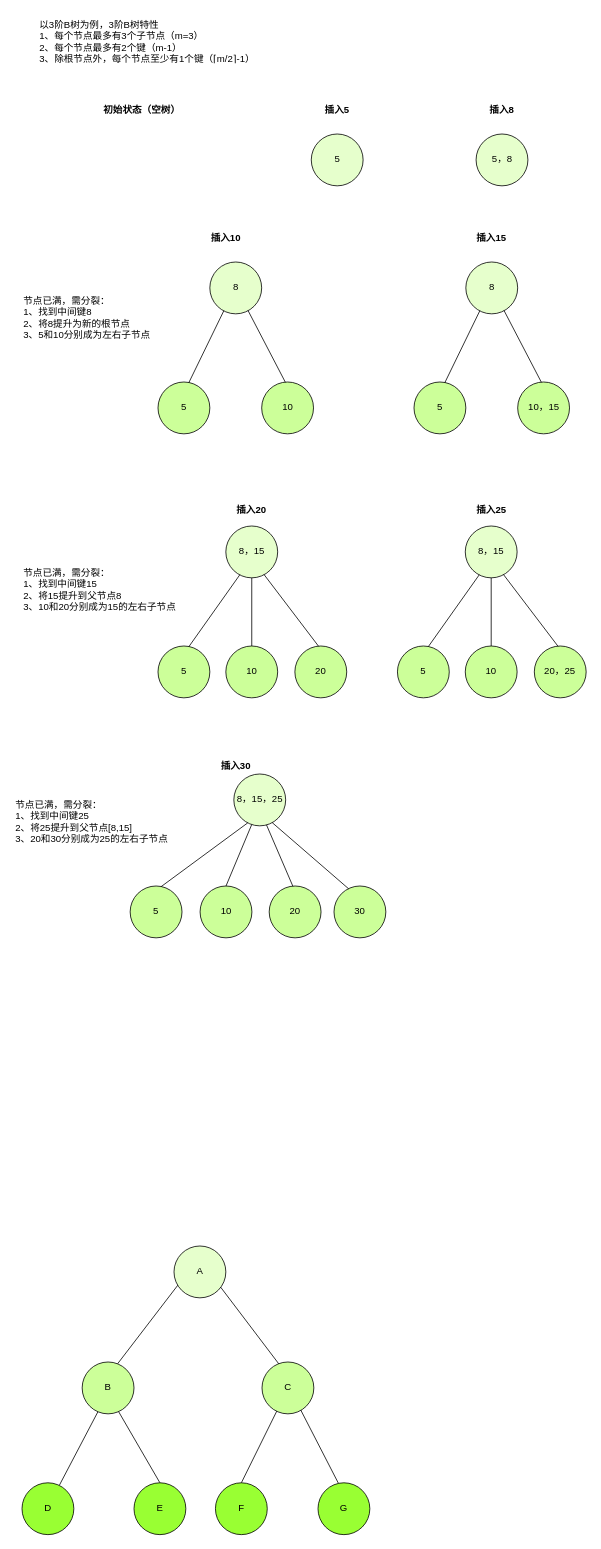
Above: algorithm_diagram/B树插入.drawio in abigalexy/online_drawing (draw.io), before the change. Source tidied: cells renumbered, new cells numbered last; positions are measured from the earlier drawing's top-left corner, leaving out a move shared by most shapes. Both pictures are drawn from the tidied source at 80%, with x=0, y=0 at pixel (14, 14).
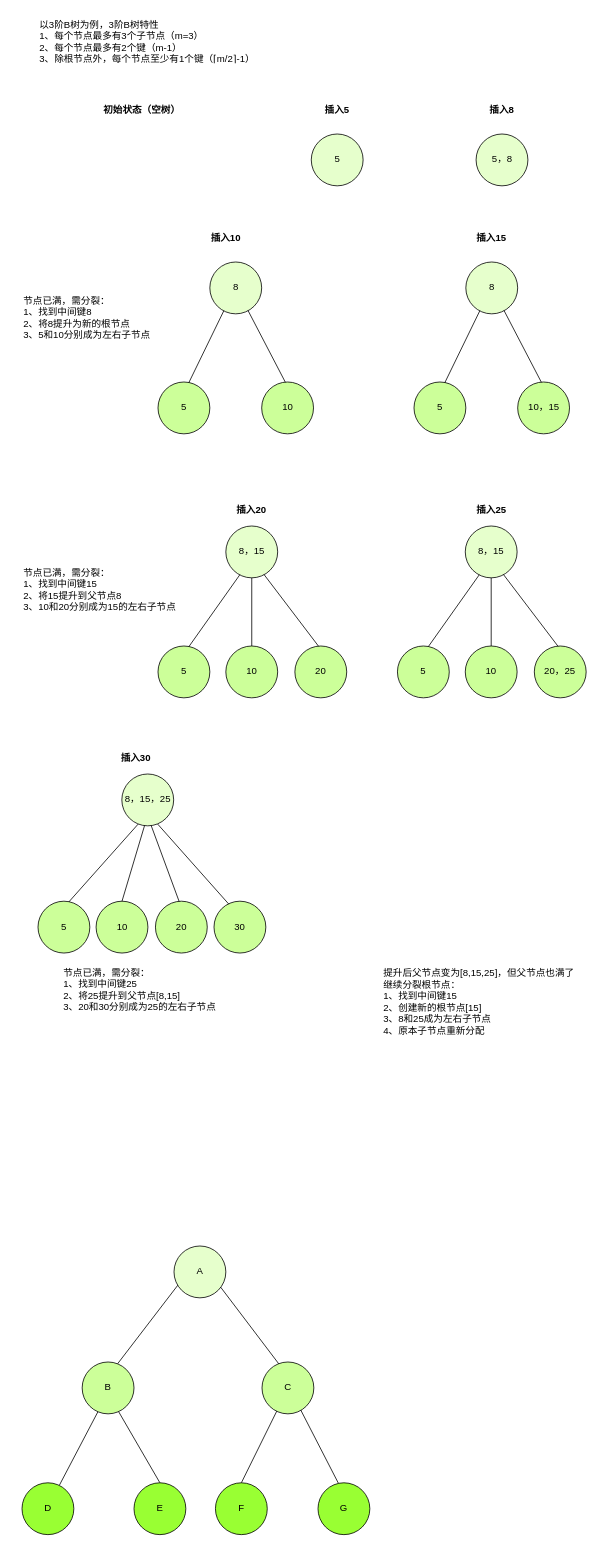
After the change.

Commit message:
更新B树插入.drawio

Change to the diagram source:
```diff
@@
     <mxCell id="56" value="&lt;b&gt;插入30&lt;/b&gt;" style="text;strokeColor=none;align=center;fillColor=none;html=1;verticalAlign=middle;whiteSpace=wrap;rounded=0;" parent="1" vertex="1">
-      <mxGeometry x="254.6" y="930" width="45.2" height="20" as="geometry" />
+      <mxGeometry x="130" y="920" width="45.2" height="20" as="geometry" />
     </mxCell>
     <mxCell id="57" value="&lt;div&gt;节点已满，需分裂：&lt;/div&gt;&lt;div&gt;1、找到中间键25&lt;/div&gt;&lt;div&gt;2、将25提升到父节点[8,15]&lt;/div&gt;&lt;div&gt;3、20和30分别成为25的左右子节点&lt;/div&gt;" style="text;strokeColor=none;align=left;fillColor=none;html=1;verticalAlign=middle;whiteSpace=wrap;rounded=0;" parent="1" vertex="1">
-      <mxGeometry y="980" width="200" height="60" as="geometry" />
+      <mxGeometry x="60" y="1190" width="200" height="60" as="geometry" />
     </mxCell>
+    <mxCell id="67" style="group;" parent="1" vertex="1">
+      <mxGeometry x="30" y="950" width="284.8" height="223.8" as="geometry" />
+    </mxCell>
-    <mxCell id="58" value="8，15，25" style="ellipse;whiteSpace=wrap;html=1;fillColor=#E6FFCC;" parent="1" vertex="1">
-      <mxGeometry x="274.8" y="950" width="64.8" height="64.8" as="geometry" />
+    <mxCell id="58" value="8，15，25" style="ellipse;whiteSpace=wrap;html=1;fillColor=#E6FFCC;" parent="67" vertex="1">
+      <mxGeometry x="104.8" width="64.8" height="64.8" as="geometry" />
     </mxCell>
-    <mxCell id="59" value="5" style="ellipse;whiteSpace=wrap;html=1;fillColor=#CCFF99;" parent="1" vertex="1">
-      <mxGeometry x="145.2" y="1090" width="64.8" height="64.8" as="geometry" />
+    <mxCell id="59" value="5" style="ellipse;whiteSpace=wrap;html=1;fillColor=#CCFF99;" parent="67" vertex="1">
+      <mxGeometry y="159" width="64.8" height="64.8" as="geometry" />
     </mxCell>
-    <mxCell id="60" value="20" style="ellipse;whiteSpace=wrap;html=1;fillColor=#CCFF99;" parent="1" vertex="1">
-      <mxGeometry x="319" y="1090" width="64.8" height="64.8" as="geometry" />
+    <mxCell id="60" value="20" style="ellipse;whiteSpace=wrap;html=1;fillColor=#CCFF99;" parent="67" vertex="1">
+      <mxGeometry x="146.8" y="159" width="64.8" height="64.8" as="geometry" />
     </mxCell>
-    <mxCell id="61" style="endArrow=none;html=1;rounded=0;exitX=0.594;exitY=0.015;exitDx=0;exitDy=0;exitPerimeter=0;entryX=0.269;entryY=0.942;entryDx=0;entryDy=0;entryPerimeter=0;" parent="1" edge="1" source="59" target="58">
+    <mxCell id="61" style="endArrow=none;html=1;rounded=0;exitX=0.594;exitY=0.015;exitDx=0;exitDy=0;exitPerimeter=0;entryX=0.314;entryY=0.967;entryDx=0;entryDy=0;entryPerimeter=0;" parent="67" edge="1" source="59" target="58">
       <mxGeometry relative="1" as="geometry" />
     </mxCell>
-    <mxCell id="62" style="endArrow=none;html=1;rounded=0;exitX=0.457;exitY=0.005;exitDx=0;exitDy=0;entryX=0.63;entryY=0.982;entryDx=0;entryDy=0;entryPerimeter=0;exitPerimeter=0;" parent="1" edge="1" source="60" target="58">
+    <mxCell id="62" style="endArrow=none;html=1;rounded=0;exitX=0.457;exitY=0.005;exitDx=0;exitDy=0;entryX=0.565;entryY=0.992;entryDx=0;entryDy=0;entryPerimeter=0;exitPerimeter=0;" parent="67" edge="1" source="60" target="58">
       <mxGeometry relative="1" as="geometry" />
     </mxCell>
-    <mxCell id="63" value="10" style="ellipse;whiteSpace=wrap;html=1;fillColor=#CCFF99;" parent="1" vertex="1">
-      <mxGeometry x="232.6" y="1090" width="64.8" height="64.8" as="geometry" />
+    <mxCell id="63" value="10" style="ellipse;whiteSpace=wrap;html=1;fillColor=#CCFF99;" parent="67" vertex="1">
+      <mxGeometry x="72.6" y="159" width="64.8" height="64.8" as="geometry" />
     </mxCell>
-    <mxCell id="64" style="endArrow=none;html=1;rounded=0;exitX=0.5;exitY=0;exitDx=0;exitDy=0;entryX=0.345;entryY=0.975;entryDx=0;entryDy=0;entryPerimeter=0;" parent="1" edge="1" source="63" target="58">
+    <mxCell id="64" style="endArrow=none;html=1;rounded=0;exitX=0.5;exitY=0;exitDx=0;exitDy=0;entryX=0.439;entryY=0.992;entryDx=0;entryDy=0;entryPerimeter=0;" parent="67" edge="1" source="63" target="58">
       <mxGeometry relative="1" as="geometry" />
     </mxCell>
-    <mxCell id="65" value="30" style="ellipse;whiteSpace=wrap;html=1;fillColor=#CCFF99;" parent="1" vertex="1">
-      <mxGeometry x="400" y="1090" width="64.8" height="64.8" as="geometry" />
+    <mxCell id="65" value="30" style="ellipse;whiteSpace=wrap;html=1;fillColor=#CCFF99;" parent="67" vertex="1">
+      <mxGeometry x="220" y="159" width="64.8" height="64.8" as="geometry" />
     </mxCell>
-    <mxCell id="66" style="endArrow=none;html=1;rounded=0;exitX=0.286;exitY=0.057;exitDx=0;exitDy=0;entryX=0.739;entryY=0.937;entryDx=0;entryDy=0;entryPerimeter=0;exitPerimeter=0;" parent="1" edge="1" source="65" target="58">
+    <mxCell id="66" style="endArrow=none;html=1;rounded=0;exitX=0.286;exitY=0.057;exitDx=0;exitDy=0;entryX=0.692;entryY=0.967;entryDx=0;entryDy=0;entryPerimeter=0;exitPerimeter=0;" parent="67" edge="1" source="65" target="58">
       <mxGeometry relative="1" as="geometry" />
     </mxCell>
+    <mxCell id="68" value="&lt;div&gt;提升后父节点变为[8,15,25]，但父节点也满了&lt;/div&gt;&lt;div&gt;继续分裂根节点：&lt;/div&gt;&lt;div&gt;1、找到中间键15&lt;/div&gt;&lt;div&gt;2、创建新的根节点[15]&lt;/div&gt;&lt;div&gt;3、8和25成为左右子节点&lt;/div&gt;&lt;div&gt;4、原本子节点重新分配&lt;/div&gt;" style="text;strokeColor=none;align=left;fillColor=none;html=1;verticalAlign=middle;whiteSpace=wrap;rounded=0;" parent="1" vertex="1">
+      <mxGeometry x="460" y="1190" width="247.8" height="90" as="geometry" />
+    </mxCell>
```
